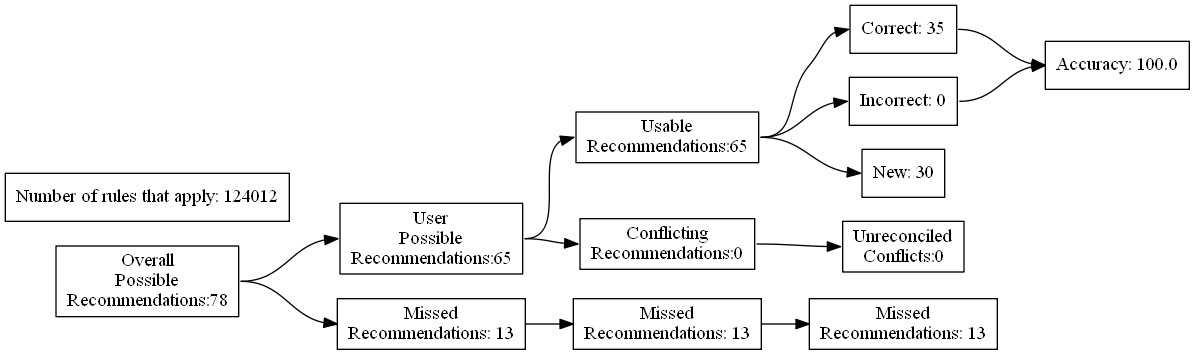
Earlier version of the Graphviz export test_renders/20.gv.png (ZaxR/ibd_diet_analysis). Its source is kept beside it as test_renders/20.gv.
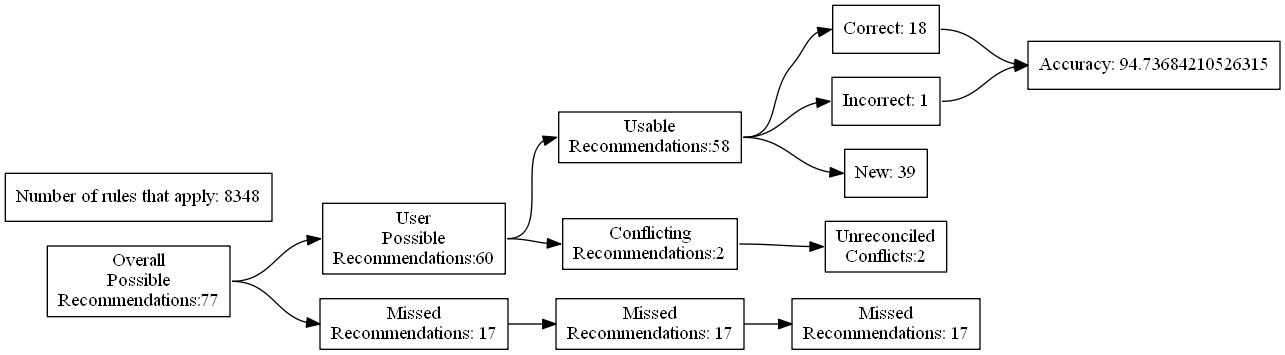
The same diagram one commit later.

What changed in the source:
```diff
@@ -4,27 +4,27 @@
 	edge [headport=w tailport=e]
 		A [label="Overall
 Possible
-Recommendations:78"]
+Recommendations:77"]
 		B [label="User
 Possible
-Recommendations:65"]
+Recommendations:60"]
 		C [label="Missed
-Recommendations: 13"]
+Recommendations: 17"]
 		D [label="Usable
-Recommendations:65"]
+Recommendations:58"]
 		E [label="Conflicting
-Recommendations:0"]
+Recommendations:2"]
 		J [label="Missed
-Recommendations: 13"]
+Recommendations: 17"]
 		M [label="Unreconciled
-Conflicts:0"]
-		F [label="Correct: 35"]
-		G [label="Incorrect: 0"]
-		H [label="New: 30"]
+Conflicts:2"]
+		F [label="Correct: 18"]
+		G [label="Incorrect: 1"]
+		H [label="New: 39"]
 		K [label="Missed
-Recommendations: 13"]
-		I [label="Accuracy: 100.0"]
-		l [label="Number of rules that apply: 124012"]
+Recommendations: 17"]
+		I [label="Accuracy: 94.73684210526315"]
+		l [label="Number of rules that apply: 8348"]
 			A -> B
 			A -> C
 			B -> D
```
